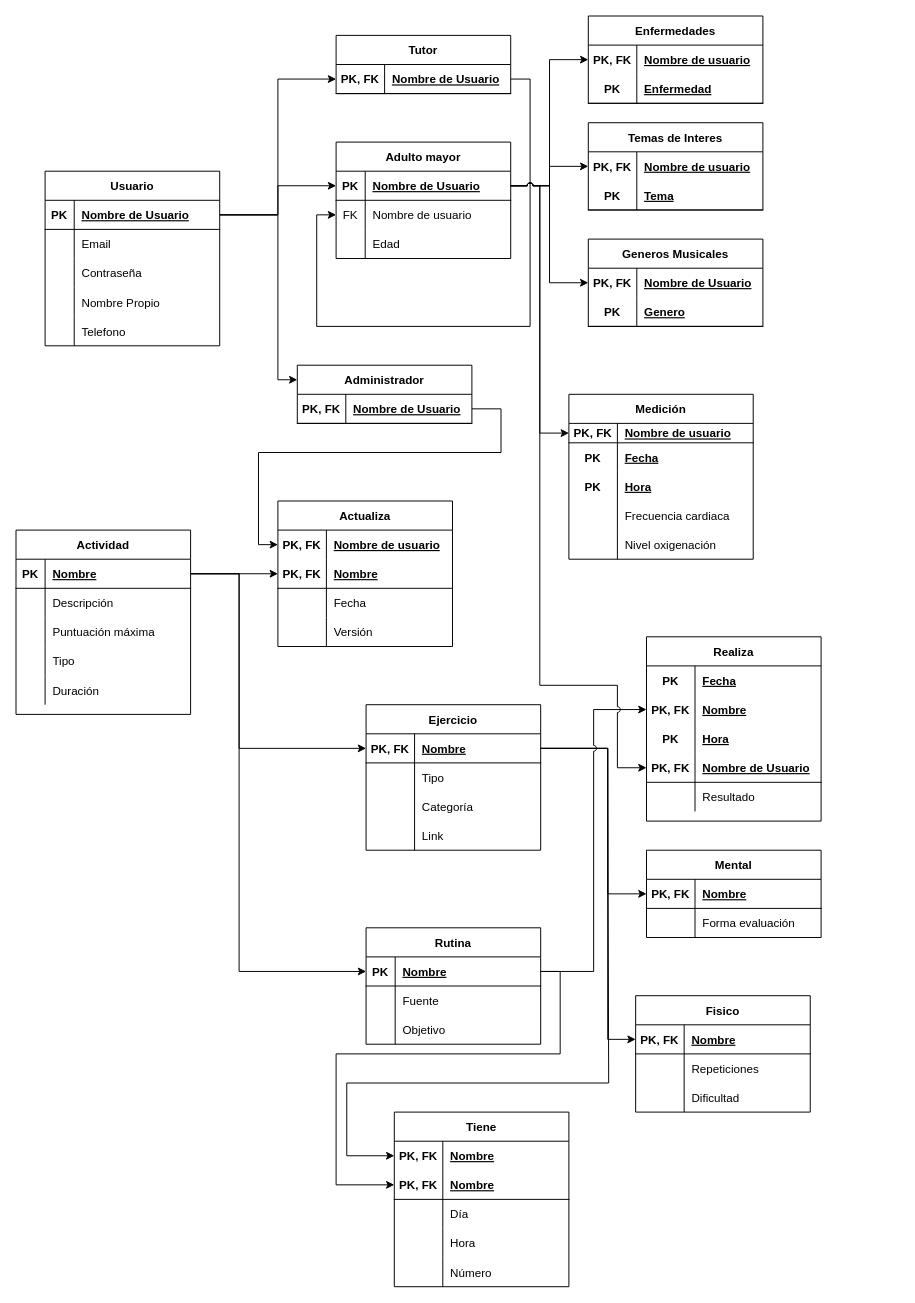
This is page "Relacional" (2 of 4) of TrabajoTerminal.drawio from Christ-Veg/IngDeSoftware, a draw.io file, before an edit. Source tidied: cells renumbered, new cells numbered last; positions are measured from the earlier drawing's top-left corner, leaving out a move shared by most shapes. Both pictures are drawn from the tidied source at 97%, with x=0, y=0 at pixel (16, 16).
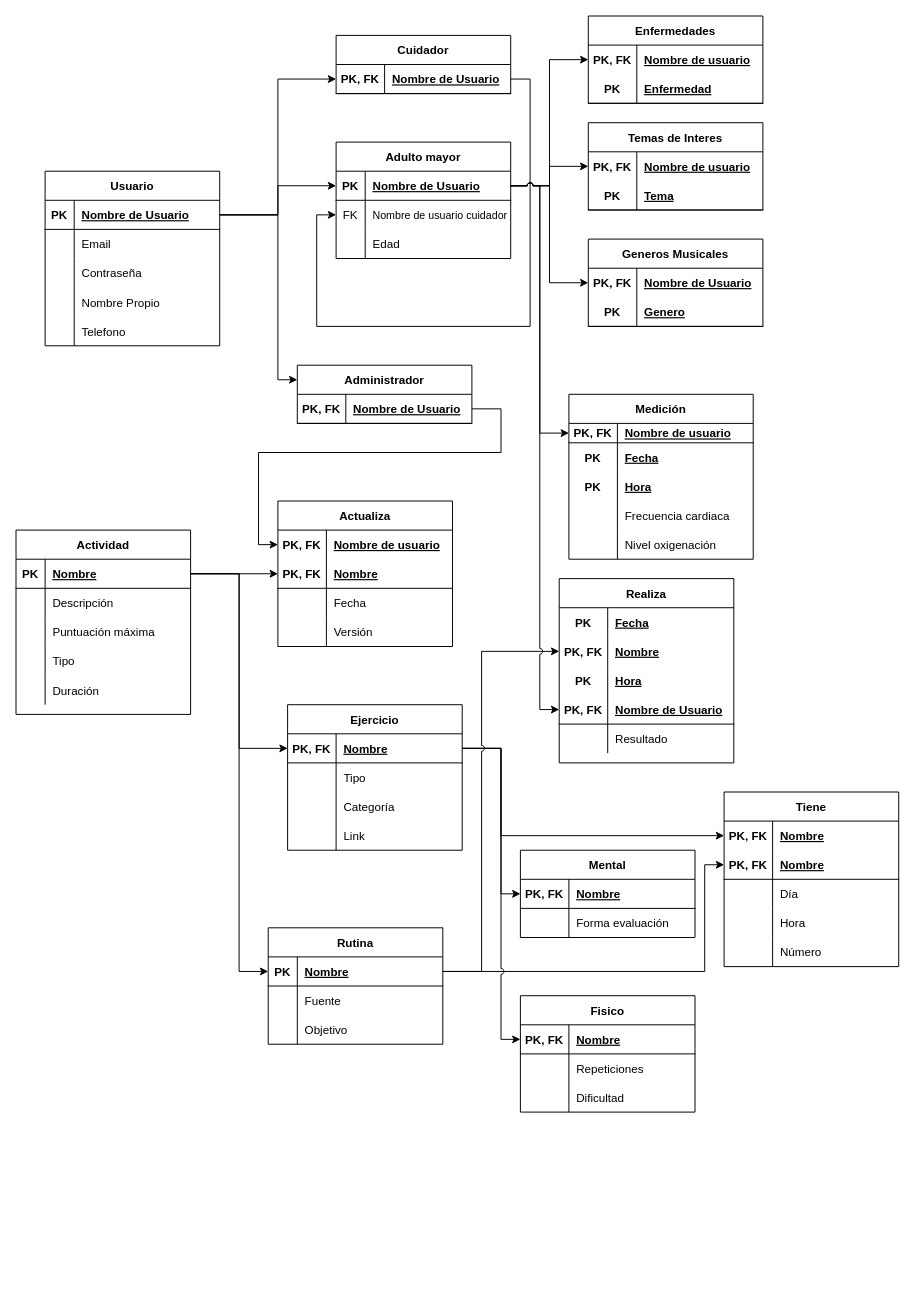
After the change.

The change refers to these unchanged cells:
```xml
<mxCell id="27" style="shape=tableRow;horizontal=0;startSize=0;swimlaneHead=0;swimlaneBody=0;fillColor=none;points=[[0,0.5],[1,0.5]];portConstraint=eastwest;top=0;left=0;right=0;bottom=1;" parent="26" vertex="1">
  <mxGeometry y="30" width="180" height="30" as="geometry" />
</mxCell>
<mxCell id="30" style="shape=tableRow;horizontal=0;startSize=0;swimlaneHead=0;swimlaneBody=0;fillColor=none;points=[[0,0.5],[1,0.5]];portConstraint=eastwest;top=0;left=0;right=0;bottom=0;" parent="26" vertex="1">
  <mxGeometry y="60" width="180" height="30" as="geometry" />
</mxCell>
<mxCell id="112" style="shape=tableRow;horizontal=0;startSize=0;swimlaneHead=0;swimlaneBody=0;fillColor=none;points=[[0,0.5],[1,0.5]];portConstraint=eastwest;top=0;left=0;right=0;bottom=1;" parent="111" vertex="1">
  <mxGeometry y="30" width="180" height="30" as="geometry" />
</mxCell>
<mxCell id="125" style="shape=tableRow;horizontal=0;startSize=0;swimlaneHead=0;swimlaneBody=0;fillColor=none;points=[[0,0.5],[1,0.5]];portConstraint=eastwest;top=0;left=0;right=0;bottom=1;" parent="124" vertex="1">
  <mxGeometry y="30" width="180" height="30" as="geometry" />
</mxCell>
<mxCell id="138" style="shape=tableRow;horizontal=0;startSize=0;swimlaneHead=0;swimlaneBody=0;fillColor=none;points=[[0,0.5],[1,0.5]];portConstraint=eastwest;top=0;left=0;right=0;bottom=0;" parent="134" vertex="1">
  <mxGeometry y="60" width="180" height="30" as="geometry" />
</mxCell>
<mxCell id="144" style="shape=tableRow;horizontal=0;startSize=0;swimlaneHead=0;swimlaneBody=0;fillColor=none;points=[[0,0.5],[1,0.5]];portConstraint=eastwest;top=0;left=0;right=0;bottom=1;" parent="134" vertex="1">
  <mxGeometry y="120" width="180" height="30" as="geometry" />
</mxCell>
<mxCell id="151" style="shape=tableRow;horizontal=0;startSize=0;swimlaneHead=0;swimlaneBody=0;fillColor=none;points=[[0,0.5],[1,0.5]];portConstraint=eastwest;top=0;left=0;right=0;bottom=1;" parent="150" vertex="1">
  <mxGeometry y="30" width="180" height="30" as="geometry" />
</mxCell>
<mxCell id="158" style="shape=tableRow;horizontal=0;startSize=0;swimlaneHead=0;swimlaneBody=0;fillColor=none;points=[[0,0.5],[1,0.5]];portConstraint=eastwest;top=0;left=0;right=0;bottom=1;" parent="157" vertex="1">
  <mxGeometry y="30" width="180" height="30" as="geometry" />
</mxCell>
<mxCell id="168" style="shape=tableRow;horizontal=0;startSize=0;swimlaneHead=0;swimlaneBody=0;fillColor=none;points=[[0,0.5],[1,0.5]];portConstraint=eastwest;top=0;left=0;right=0;bottom=0;fontStyle=5;" parent="167" vertex="1">
  <mxGeometry y="30" width="180" height="30" as="geometry" />
</mxCell>
<mxCell id="171" style="shape=tableRow;horizontal=0;startSize=0;swimlaneHead=0;swimlaneBody=0;fillColor=none;points=[[0,0.5],[1,0.5]];portConstraint=eastwest;top=0;left=0;right=0;bottom=1;" parent="167" vertex="1">
  <mxGeometry y="60" width="180" height="30" as="geometry" />
</mxCell>
```

What changed in the source:
```diff
@@
-    <mxCell id="18" value="Tutor" style="shape=table;startSize=30;childLayout=tableLayout;rowLines=0;fontStyle=1;align=center;" parent="1" vertex="1">
+    <mxCell id="18" value="Cuidador" style="shape=table;startSize=30;childLayout=tableLayout;rowLines=0;fontStyle=1;align=center;" parent="1" vertex="1">
       <mxGeometry x="330" y="20" width="180" height="60" as="geometry" />
     </mxCell>
@@
-    <mxCell id="32" value="Nombre de usuario" style="shape=partialRectangle;fillColor=none;top=0;left=0;bottom=0;right=0;align=left;spacingLeft=6;overflow=hidden;" parent="30" vertex="1">
+    <mxCell id="32" value="Nombre de usuario cuidador" style="shape=partialRectangle;fillColor=none;top=0;left=0;bottom=0;right=0;align=left;spacingLeft=6;overflow=hidden;fontSize=11;" parent="30" vertex="1">
       <mxGeometry x="30" width="150" height="30" as="geometry" />
     </mxCell>
@@
     <mxCell id="111" value="Ejercicio" style="shape=table;startSize=30;childLayout=tableLayout;rowLines=0;fontStyle=1;align=center;" parent="1" vertex="1">
-      <mxGeometry x="360.9" y="710" width="180" height="150" as="geometry" />
+      <mxGeometry x="280" y="710" width="180" height="150" as="geometry" />
     </mxCell>
@@
     <mxCell id="124" value="Rutina" style="shape=table;startSize=30;childLayout=tableLayout;rowLines=0;fontStyle=1;align=center;" parent="1" vertex="1">
-      <mxGeometry x="360.9" y="940" width="180" height="120" as="geometry" />
+      <mxGeometry x="260" y="940" width="180" height="120" as="geometry" />
     </mxCell>
@@
     <mxCell id="134" value="Realiza" style="shape=table;startSize=30;childLayout=tableLayout;rowLines=0;fontStyle=1;align=center;" parent="1" vertex="1">
-      <mxGeometry x="650" y="640" width="180" height="190" as="geometry" />
+      <mxGeometry x="560" y="580" width="180" height="190" as="geometry" />
     </mxCell>
@@
     <mxCell id="150" value="Mental" style="shape=table;startSize=30;childLayout=tableLayout;rowLines=0;fontStyle=1;align=center;" parent="1" vertex="1">
-      <mxGeometry x="650" y="860" width="180" height="90" as="geometry" />
+      <mxGeometry x="520" y="860" width="180" height="90" as="geometry" />
     </mxCell>
@@
     <mxCell id="157" value="Fisico" style="shape=table;startSize=30;childLayout=tableLayout;rowLines=0;fontStyle=1;align=center;" parent="1" vertex="1">
-      <mxGeometry x="638.8" y="1010" width="180" height="120" as="geometry" />
+      <mxGeometry x="520" y="1010" width="180" height="120" as="geometry" />
     </mxCell>
@@
     <mxCell id="167" value="Tiene" style="shape=table;startSize=30;childLayout=tableLayout;rowLines=0;fontStyle=1;align=center;" parent="1" vertex="1">
-      <mxGeometry x="390" y="1130" width="180" height="180" as="geometry" />
+      <mxGeometry x="730" y="800" width="180" height="180" as="geometry" />
     </mxCell>
@@
     <mxCell id="183" style="edgeStyle=orthogonalEdgeStyle;rounded=0;jumpStyle=arc;jettySize=auto;html=1;exitX=1;exitY=0.5;exitDx=0;exitDy=0;entryX=0;entryY=0.5;entryDx=0;entryDy=0;" parent="1" edge="1" source="112" target="168">
       <mxGeometry relative="1" as="geometry">
         <Array as="points">
-          <mxPoint x="610" y="755" />
-          <mxPoint x="610" y="830" />
-          <mxPoint x="611" y="1100" />
-          <mxPoint x="341" y="1100" />
-          <mxPoint x="341" y="1175" />
+          <mxPoint x="500" y="755" />
+          <mxPoint x="500" y="845" />
         </Array>
       </mxGeometry>
     </mxCell>
     <mxCell id="184" style="edgeStyle=orthogonalEdgeStyle;rounded=0;jumpStyle=arc;jettySize=auto;html=1;exitX=1;exitY=0.5;exitDx=0;exitDy=0;entryX=0;entryY=0.5;entryDx=0;entryDy=0;" parent="1" edge="1" source="125" target="171">
       <mxGeometry relative="1" as="geometry">
         <Array as="points">
-          <mxPoint x="561" y="985" />
-          <mxPoint x="561" y="1070" />
-          <mxPoint x="330" y="1070" />
-          <mxPoint x="330" y="1205" />
+          <mxPoint x="710" y="985" />
+          <mxPoint x="710" y="875" />
         </Array>
       </mxGeometry>
     </mxCell>
@@
     <mxCell id="187" style="edgeStyle=orthogonalEdgeStyle;rounded=0;jettySize=auto;html=1;exitX=1;exitY=0.5;exitDx=0;exitDy=0;entryX=0;entryY=0.5;entryDx=0;entryDy=0;" parent="1" edge="1" source="112" target="151">
-      <mxGeometry relative="1" as="geometry">
+      <mxGeometry x="-0.79" y="-65" relative="1" as="geometry">
         <Array as="points">
-          <mxPoint x="610" y="755" />
-          <mxPoint x="610" y="905" />
+          <mxPoint x="500" y="755" />
+          <mxPoint x="500" y="905" />
         </Array>
       </mxGeometry>
     </mxCell>
-    <mxCell id="188" style="edgeStyle=orthogonalEdgeStyle;rounded=0;jettySize=auto;html=1;exitX=1;exitY=0.5;exitDx=0;exitDy=0;entryX=0;entryY=0.5;entryDx=0;entryDy=0;" parent="1" edge="1" source="112" target="158">
+    <mxCell id="188" style="edgeStyle=orthogonalEdgeStyle;rounded=0;jettySize=auto;html=1;exitX=1;exitY=0.5;exitDx=0;exitDy=0;entryX=0;entryY=0.5;entryDx=0;entryDy=0;jumpStyle=arc;" parent="1" edge="1" source="112" target="158">
       <mxGeometry relative="1" as="geometry">
         <Array as="points">
-          <mxPoint x="610" y="755" />
-          <mxPoint x="610" y="1055" />
+          <mxPoint x="500" y="755" />
+          <mxPoint x="500" y="1055" />
         </Array>
       </mxGeometry>
     </mxCell>
@@
     <mxCell id="190" style="edgeStyle=orthogonalEdgeStyle;rounded=0;jumpStyle=arc;jettySize=auto;html=1;exitX=1;exitY=0.5;exitDx=0;exitDy=0;entryX=0;entryY=0.5;entryDx=0;entryDy=0;" parent="1" edge="1" source="125" target="138">
-      <mxGeometry relative="1" as="geometry" />
+      <mxGeometry relative="1" as="geometry">
+        <Array as="points">
+          <mxPoint x="480" y="985" />
+          <mxPoint x="480" y="655" />
+        </Array>
+      </mxGeometry>
     </mxCell>
     <mxCell id="191" style="edgeStyle=orthogonalEdgeStyle;rounded=0;jumpStyle=arc;jettySize=auto;html=1;exitX=1;exitY=0.5;exitDx=0;exitDy=0;entryX=0;entryY=0.5;entryDx=0;entryDy=0;" parent="1" edge="1" source="27" target="144">
       <mxGeometry relative="1" as="geometry">
         <Array as="points">
           <mxPoint x="540" y="175" />
-          <mxPoint x="540" y="690" />
-          <mxPoint x="620" y="690" />
-          <mxPoint x="620" y="775" />
+          <mxPoint x="540" y="715" />
         </Array>
       </mxGeometry>
     </mxCell>
```
